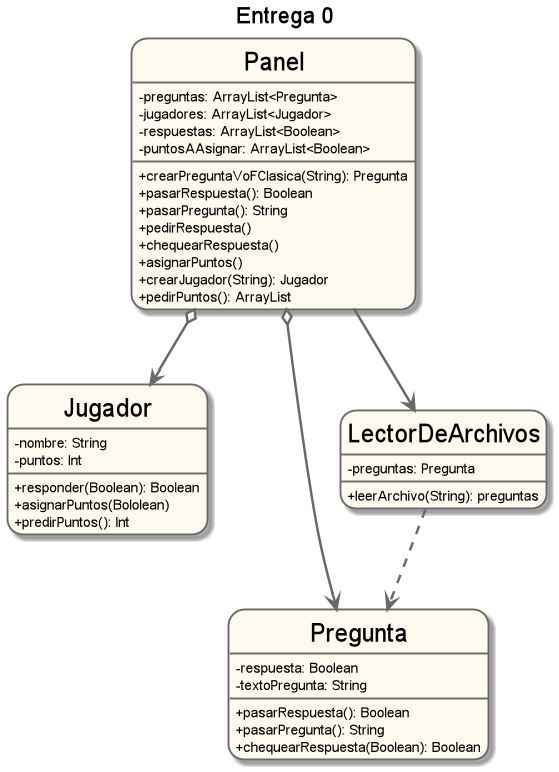
Earlier version of the PlantUML export UML/Diagrama de clases/DiagramaDeClases.png (fvazquezf/TP_2_Algo_3).
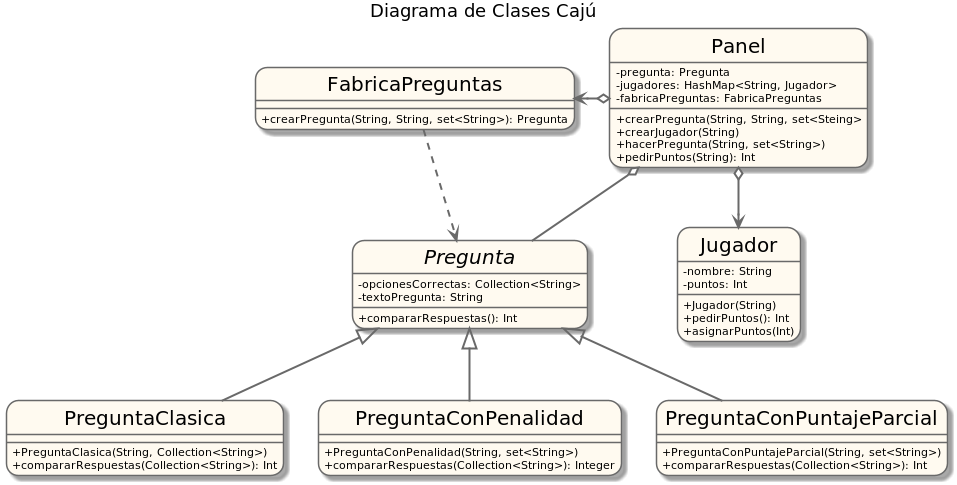
The same diagram one commit later.

Commit message:
Agrego archivo .png del diagrama de clases

The edit, as a diff of the source:
```diff
@@ -1,6 +1,6 @@
 @startuml TP2
 
-title Entrega 0
+title Diagrama de Clases Cajú
 
 hide circle
 skinparam classAttributeIconSize 0
@@ -15,45 +15,55 @@
 }
 
 class Panel{
-       - preguntas: ArrayList<Pregunta>
-       - jugadores: ArrayList<Jugador>
-       - respuestas: ArrayList<Boolean>
-       - puntosAAsignar: ArrayList<Boolean>
-       + crearPreguntaVoFClasica(String): Pregunta
-       + pasarRespuesta(): Boolean
-       + pasarPregunta(): String
-       + pedirRespuesta()
-       + chequearRespuesta()
-       + asignarPuntos()
-       + crearJugador(String): Jugador
-       + pedirPuntos(): ArrayList
+       - pregunta: Pregunta
+       - jugadores: HashMap<String, Jugador>
+       - fabricaPreguntas: FabricaPreguntas
+       + crearPregunta(String, String, set<Steing>
+       + crearJugador(String)
+       + hacerPregunta(String, set<String>)
+       + pedirPuntos(String): Int
+}
+
+class FabricaPreguntas{
+       + crearPregunta(String, String, set<String>): Pregunta
 }
 
 class Jugador{
         - nombre: String
         - puntos: Int
-        + responder(Boolean): Boolean
-        + asignarPuntos(Bololean)
-        + predirPuntos(): Int
+        + Jugador(String)
+        + pedirPuntos(): Int
+        + asignarPuntos(Int)
 }
 
 
-class Pregunta{
-        - respuesta: Boolean
+abstract class Pregunta{
+        - opcionesCorrectas: Collection<String>
         - textoPregunta: String
-        + pasarRespuesta(): Boolean
-        + pasarPregunta(): String
-        + chequearRespuesta(Boolean): Boolean
+        + compararRespuestas(): Int
 }
 
-class LectorDeArchivos{
-        -preguntas: Pregunta
-        +leerArchivo(String): preguntas
+class PreguntaClasica{
+        + PreguntaClasica(String, Collection<String>)
+        + compararRespuestas(Collection<String>): Int
+}
+
+class PreguntaConPenalidad{
+        + PreguntaConPenalidad(String, set<String>)
+        + compararRespuestas(Collection<String>): Integer
+}
+
+class PreguntaConPuntajeParcial{
+        + PreguntaConPuntajeParcial(String, set<String>)
+        + compararRespuestas(Collection<String>): Int
 }
 
 Panel o--> Jugador
-Panel o--> Pregunta
-Panel --> LectorDeArchivos
-LectorDeArchivos ..> Pregunta
+Panel o-- Pregunta
+Panel o-left-> FabricaPreguntas
+FabricaPreguntas ..> Pregunta
+PreguntaClasica -up-|> Pregunta
+PreguntaConPenalidad -up-|> Pregunta
+PreguntaConPuntajeParcial -up-|> Pregunta
 
 @enduml
```
